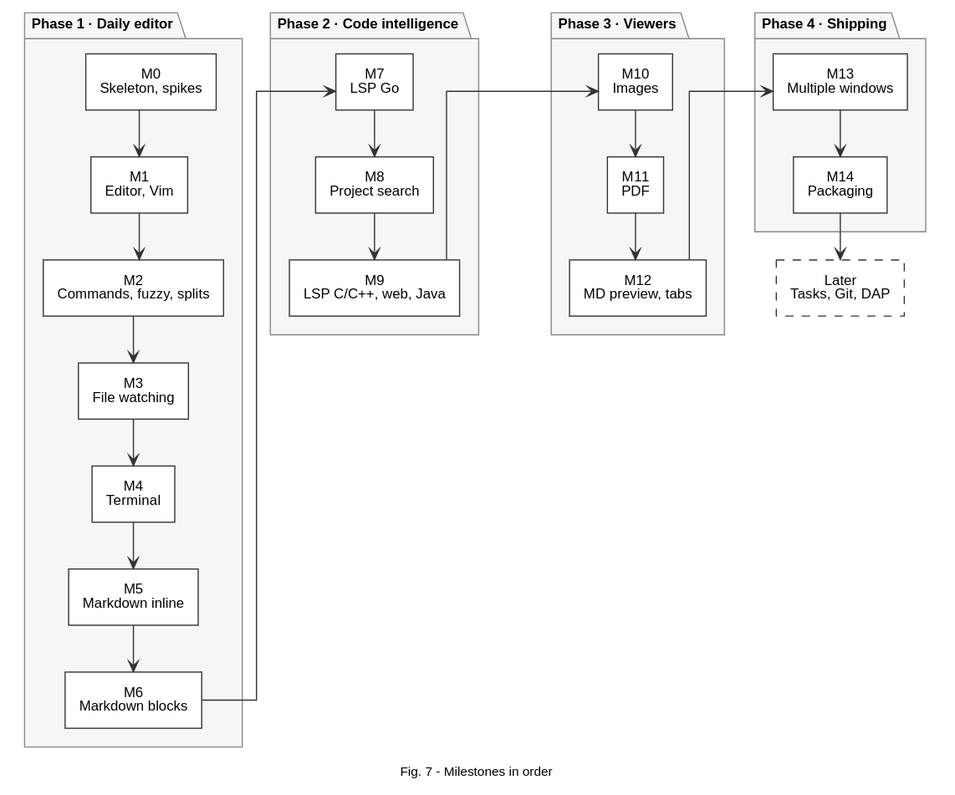
Above: docs/diagrams/roadmap.svg in Mirac61/ayaz (PlantUML), before the change.
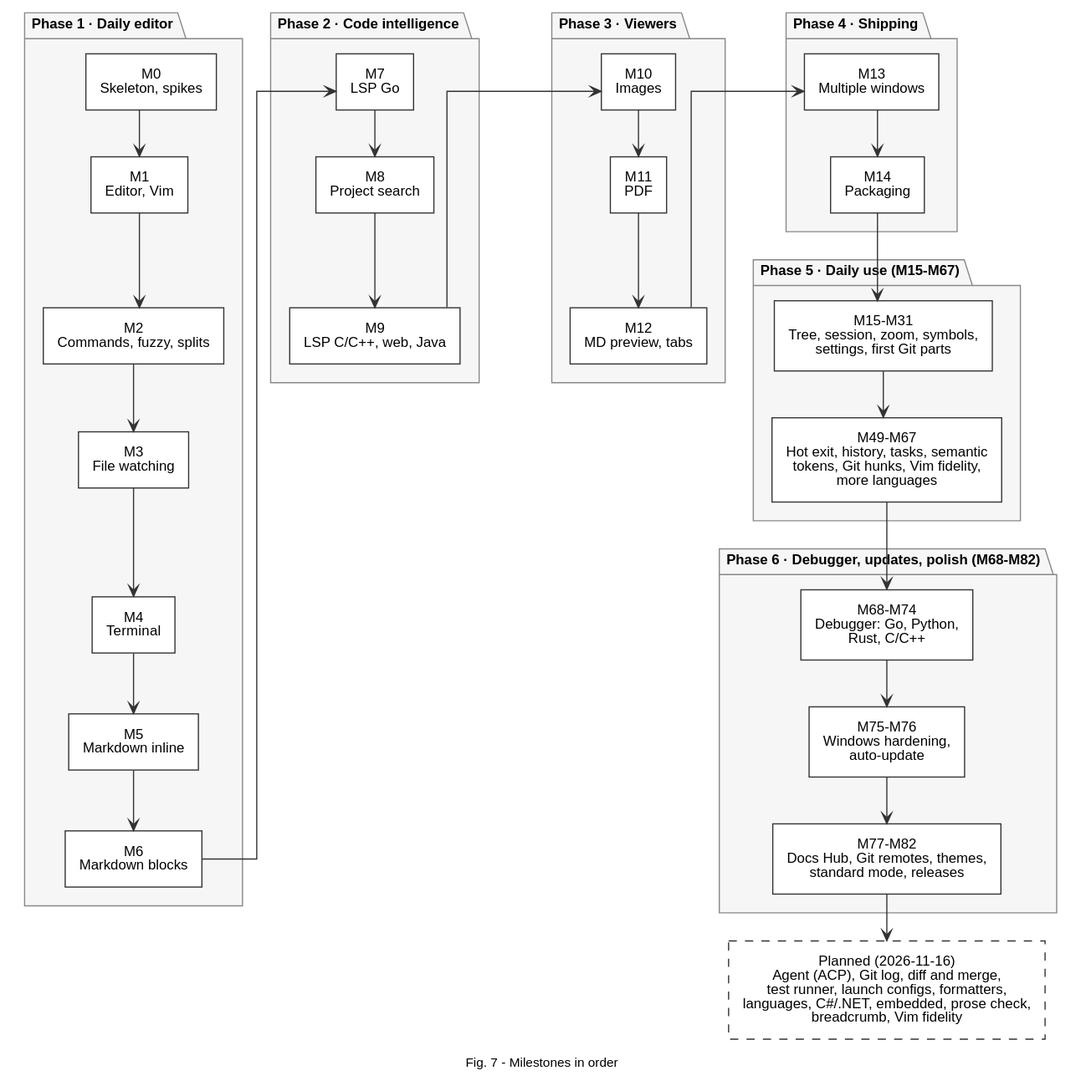
Later version of the same file.

Commit message:
docs: describe each milestone in the roadmap, add the plans of 2026-11-16 and redraw the diagram

Diff of the diagram source:
```diff
@@ -24,7 +24,16 @@
   rectangle "M13\nMultiple windows" as M13
   rectangle "M14\nPackaging" as M14
 }
-rectangle "Later\nTasks, Git, DAP" as L #line.dashed
+package "Phase 5 · Daily use (M15-M67)" {
+  rectangle "M15-M31\nTree, session, zoom, symbols,\nsettings, first Git parts" as P5a
+  rectangle "M49-M67\nHot exit, history, tasks, semantic\ntokens, Git hunks, Vim fidelity,\nmore languages" as P5b
+}
+package "Phase 6 · Debugger, updates, polish (M68-M82)" {
+  rectangle "M68-M74\nDebugger: Go, Python,\nRust, C/C++" as P6a
+  rectangle "M75-M76\nWindows hardening,\nauto-update" as P6b
+  rectangle "M77-M82\nDocs Hub, Git remotes, themes,\nstandard mode, releases" as P6c
+}
+rectangle "Planned (2026-11-16)\nAgent (ACP), Git log, diff and merge,\ntest runner, launch configs, formatters,\nlanguages, C#/.NET, embedded, prose check,\nbreadcrumb, Vim fidelity" as PL #line.dashed
 M0 -down-> M1
 M1 -down-> M2
 M2 -down-> M3
@@ -42,6 +51,11 @@
 M12 -[norank]-> M13
 M10 -[hidden]right- M13
 M13 -down-> M14
-M14 -down-> L
+M14 -down-> P5a
+P5a -down-> P5b
+P5b -down-> P6a
+P6a -down-> P6b
+P6b -down-> P6c
+P6c -down-> PL
 caption Fig. 7 - Milestones in order
 @enduml
```
